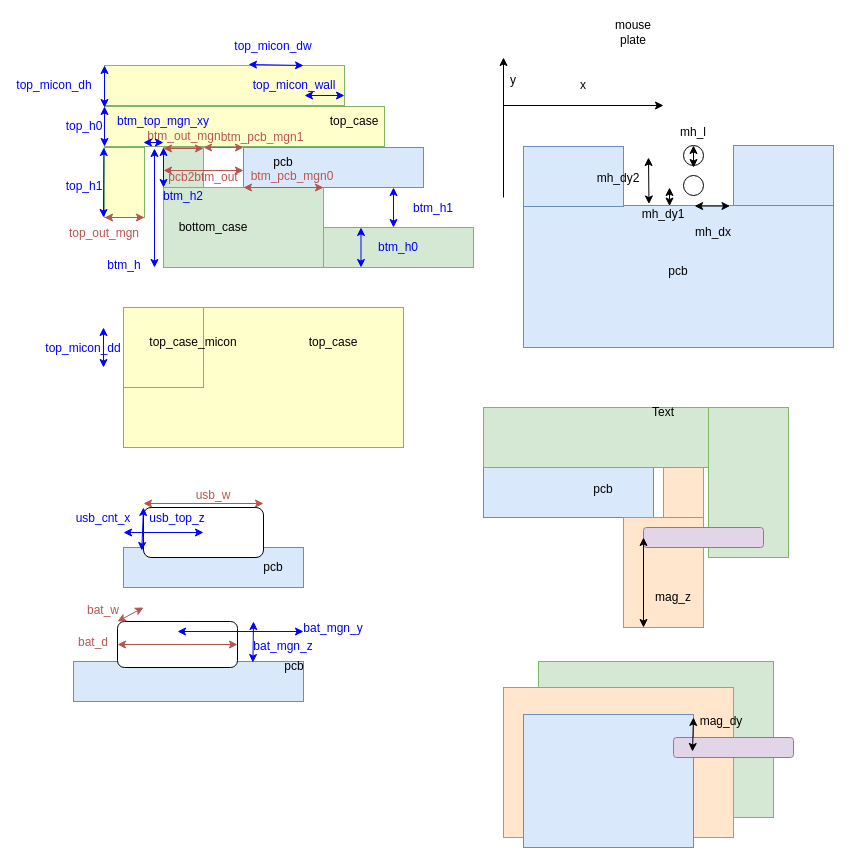
This is solx/components/keyboard/keycase.drawio from masashi2ueda/solx, a draw.io file, before an edit. Source tidied: cells renumbered, new cells numbered last; positions are measured from the earlier drawing's top-left corner, leaving out a move shared by most shapes. Both pictures are drawn from the tidied source at 100%, with x=0, y=0 at pixel (24, 17).
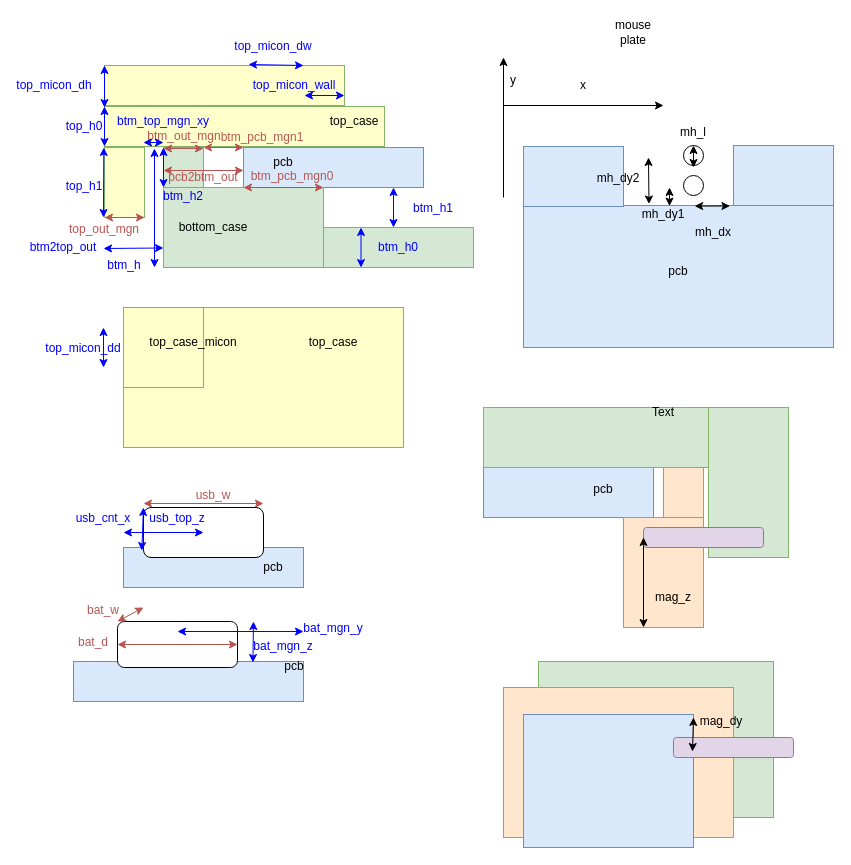
After the change.

Change to the diagram source:
```diff
@@
     <mxCell id="33" value="top_out_mgn" style="text;html=1;align=center;verticalAlign=middle;whiteSpace=wrap;rounded=0;fontColor=light-dark(#b95551, #ededed);" parent="1" vertex="1">
-      <mxGeometry x="50" y="207" width="60" height="18" as="geometry" />
+      <mxGeometry x="50" y="203" width="60" height="18" as="geometry" />
     </mxCell>
@@
+    <mxCell id="104" style="endArrow=classic;startArrow=classic;html=1;fillColor=#f8cecc;strokeColor=#0000FF;" parent="1" edge="1">
+      <mxGeometry relative="1" as="geometry">
+        <mxPoint x="79" y="231" as="sourcePoint" />
+        <mxPoint x="139" y="230.5" as="targetPoint" />
+      </mxGeometry>
+    </mxCell>
+    <mxCell id="105" value="btm2top_out" style="text;html=1;align=center;verticalAlign=middle;whiteSpace=wrap;rounded=0;fontColor=light-dark(#0000FF,#EDEDED);" parent="1" vertex="1">
+      <mxGeometry x="9" y="221" width="60" height="18" as="geometry" />
+    </mxCell>
```
